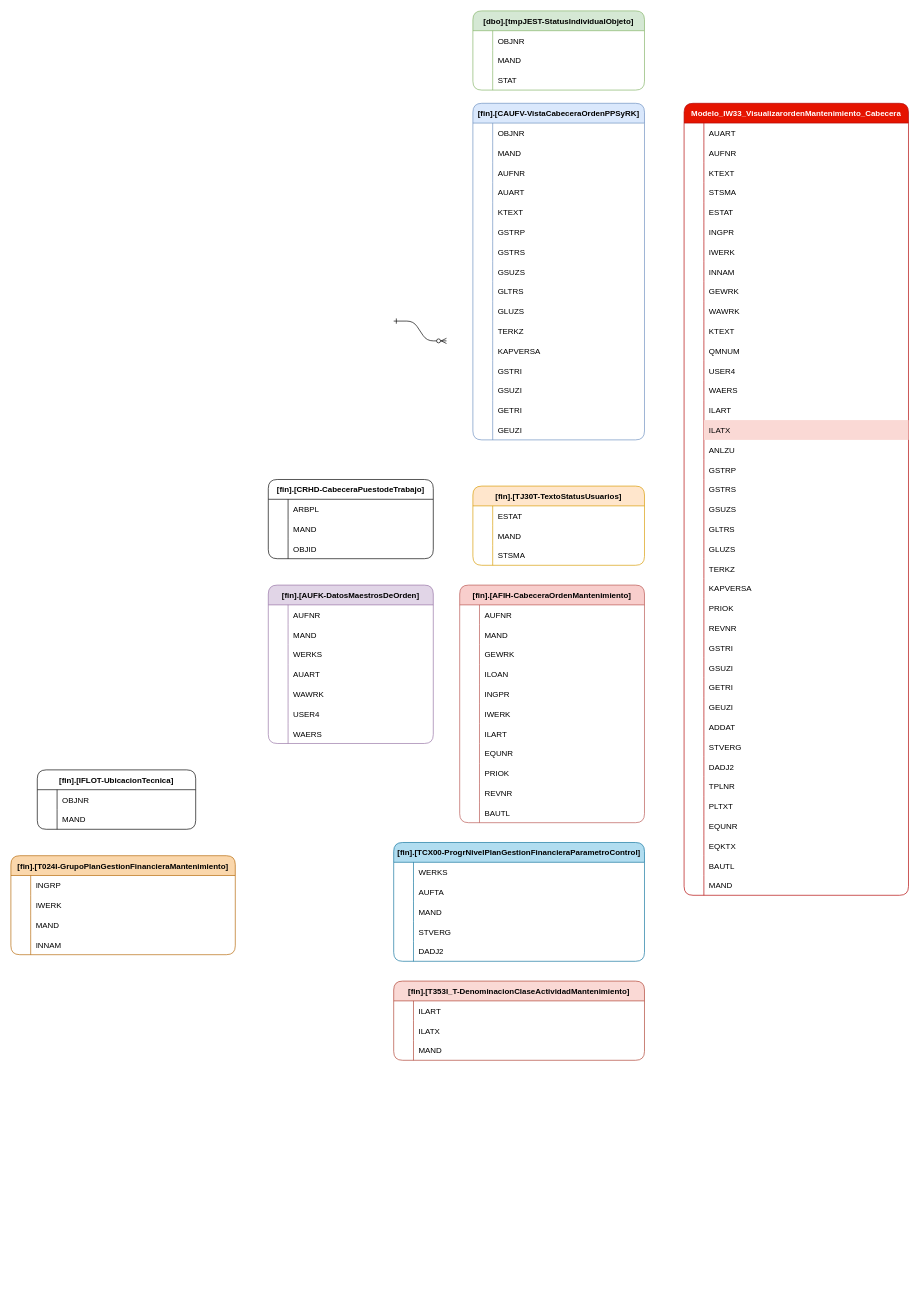
Before: IW33_Cabecera.drawio in ale230131/ale230131, a draw.io diagram. Source tidied: cells renumbered, new cells numbered last; positions are measured from the earlier drawing's top-left corner, leaving out a move shared by most shapes. Both pictures are drawn from the tidied source at 66%, with x=0, y=0 at pixel (11, 11).
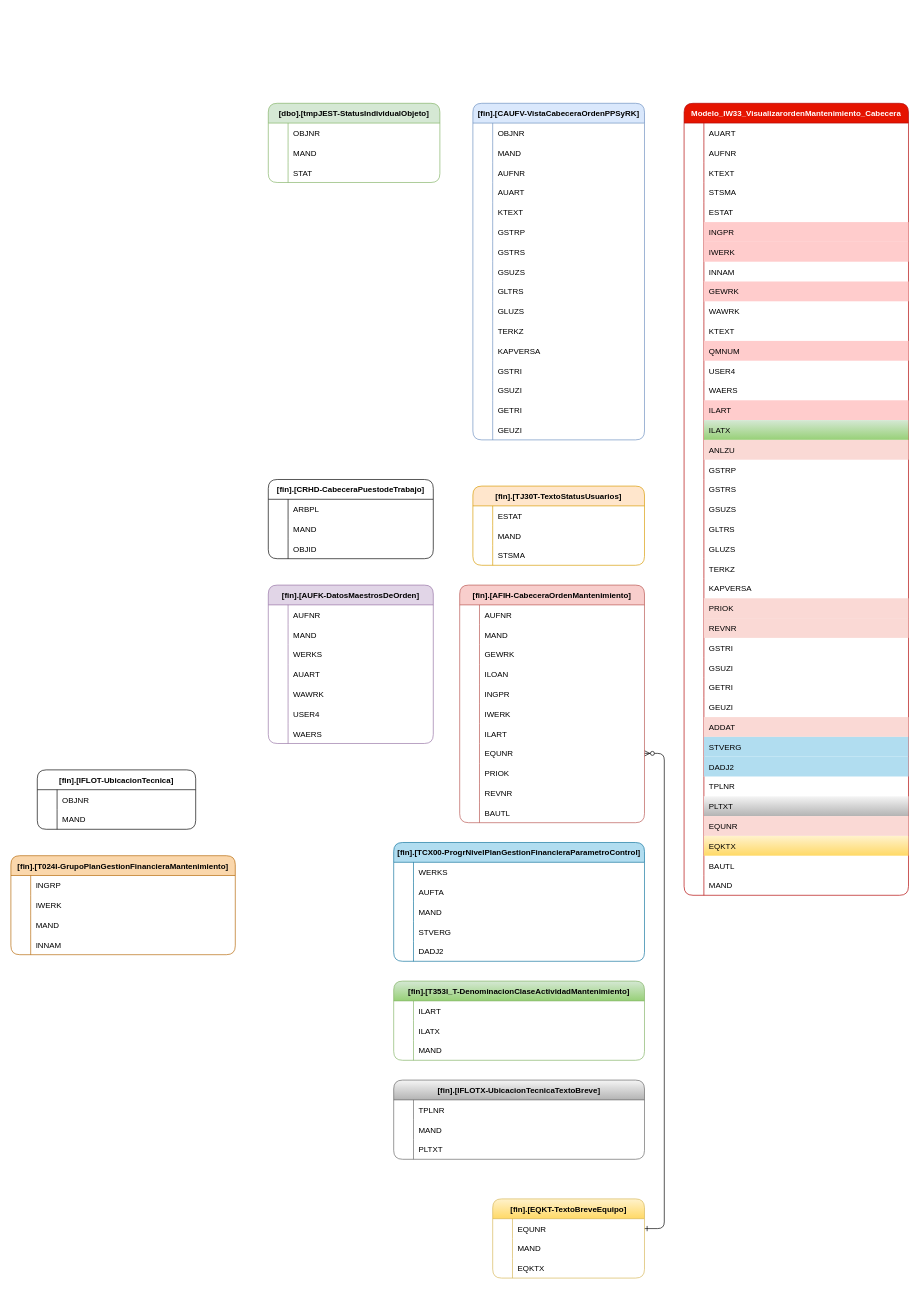
After the change.

Unchanged cells that the change refers to:
```xml
<mxCell id="19" style="shape=tableRow;horizontal=0;startSize=0;swimlaneHead=0;swimlaneBody=0;fillColor=none;strokeColor=inherit;top=0;left=0;right=0;bottom=0;" parent="3" vertex="1">
  <mxGeometry y="180" width="340" height="30" as="geometry" />
</mxCell>
<mxCell id="22" style="shape=tableRow;horizontal=0;startSize=0;swimlaneHead=0;swimlaneBody=0;fillColor=none;strokeColor=inherit;top=0;left=0;right=0;bottom=0;" parent="3" vertex="1">
  <mxGeometry y="210" width="340" height="30" as="geometry" />
</mxCell>
<mxCell id="28" style="shape=tableRow;horizontal=0;startSize=0;swimlaneHead=0;swimlaneBody=0;fillColor=none;strokeColor=inherit;top=0;left=0;right=0;bottom=0;" parent="3" vertex="1">
  <mxGeometry y="270" width="340" height="30" as="geometry" />
</mxCell>
<mxCell id="37" style="shape=tableRow;horizontal=0;startSize=0;swimlaneHead=0;swimlaneBody=0;fillColor=none;strokeColor=inherit;top=0;left=0;right=0;bottom=0;" parent="3" vertex="1">
  <mxGeometry y="360" width="340" height="30" as="geometry" />
</mxCell>
<mxCell id="46" style="shape=tableRow;horizontal=0;startSize=0;swimlaneHead=0;swimlaneBody=0;fillColor=none;strokeColor=inherit;top=0;left=0;right=0;bottom=0;" parent="3" vertex="1">
  <mxGeometry y="450" width="340" height="30" as="geometry" />
</mxCell>
<mxCell id="49" style="shape=tableRow;horizontal=0;startSize=0;swimlaneHead=0;swimlaneBody=0;fillColor=none;strokeColor=inherit;top=0;left=0;right=0;bottom=0;" parent="3" vertex="1">
  <mxGeometry y="480" width="340" height="30" as="geometry" />
</mxCell>
<mxCell id="52" style="shape=tableRow;horizontal=0;startSize=0;swimlaneHead=0;swimlaneBody=0;fillColor=none;strokeColor=inherit;top=0;left=0;right=0;bottom=0;" parent="3" vertex="1">
  <mxGeometry y="510" width="340" height="30" as="geometry" />
</mxCell>
<mxCell id="76" style="shape=tableRow;horizontal=0;startSize=0;swimlaneHead=0;swimlaneBody=0;fillColor=none;strokeColor=inherit;top=0;left=0;right=0;bottom=0;" parent="3" vertex="1">
  <mxGeometry y="750" width="340" height="30" as="geometry" />
</mxCell>
<mxCell id="79" style="shape=tableRow;horizontal=0;startSize=0;swimlaneHead=0;swimlaneBody=0;fillColor=none;strokeColor=inherit;top=0;left=0;right=0;bottom=0;" parent="3" vertex="1">
  <mxGeometry y="780" width="340" height="30" as="geometry" />
</mxCell>
<mxCell id="94" style="shape=tableRow;horizontal=0;startSize=0;swimlaneHead=0;swimlaneBody=0;fillColor=none;strokeColor=inherit;top=0;left=0;right=0;bottom=0;" parent="3" vertex="1">
  <mxGeometry y="930" width="340" height="30" as="geometry" />
</mxCell>
<mxCell id="97" style="shape=tableRow;horizontal=0;startSize=0;swimlaneHead=0;swimlaneBody=0;fillColor=none;strokeColor=inherit;top=0;left=0;right=0;bottom=0;" parent="3" vertex="1">
  <mxGeometry y="960" width="340" height="30" as="geometry" />
</mxCell>
<mxCell id="100" style="shape=tableRow;horizontal=0;startSize=0;swimlaneHead=0;swimlaneBody=0;fillColor=none;strokeColor=inherit;top=0;left=0;right=0;bottom=0;" parent="3" vertex="1">
  <mxGeometry y="990" width="340" height="30" as="geometry" />
</mxCell>
<mxCell id="106" style="shape=tableRow;horizontal=0;startSize=0;swimlaneHead=0;swimlaneBody=0;fillColor=none;strokeColor=inherit;top=0;left=0;right=0;bottom=0;" parent="3" vertex="1">
  <mxGeometry y="1050" width="340" height="30" as="geometry" />
</mxCell>
<mxCell id="109" style="shape=tableRow;horizontal=0;startSize=0;swimlaneHead=0;swimlaneBody=0;fillColor=none;strokeColor=inherit;top=0;left=0;right=0;bottom=0;" parent="3" vertex="1">
  <mxGeometry y="1080" width="340" height="30" as="geometry" />
</mxCell>
<mxCell id="112" style="shape=tableRow;horizontal=0;startSize=0;swimlaneHead=0;swimlaneBody=0;fillColor=none;strokeColor=inherit;top=0;left=0;right=0;bottom=0;" parent="3" vertex="1">
  <mxGeometry y="1110" width="340" height="30" as="geometry" />
</mxCell>
<mxCell id="212" style="shape=tableRow;horizontal=0;startSize=0;swimlaneHead=0;swimlaneBody=0;fillColor=none;points=[[0,0.5],[1,0.5]];portConstraint=eastwest;strokeColor=inherit;top=0;left=0;right=0;bottom=0;" parent="190" vertex="1">
  <mxGeometry y="240" width="280" height="30" as="geometry" />
</mxCell>
```

What changed in the source:
```diff
@@
-    <mxCell id="2" style="edgeStyle=entityRelationEdgeStyle;endArrow=ERzeroToMany;startArrow=ERone;endFill=1;startFill=0;" parent="1" edge="1">
-      <mxGeometry relative="1" as="geometry">
-        <mxPoint x="580" y="470" as="sourcePoint" />
-        <mxPoint x="660" y="500" as="targetPoint" />
-      </mxGeometry>
+    <mxCell id="2" style="edgeStyle=entityRelationEdgeStyle;endArrow=ERzeroToMany;startArrow=ERone;endFill=1;startFill=0;exitX=1;exitY=0.5;exitDx=0;exitDy=0;" parent="1" edge="1" source="313" target="212">
+      <mxGeometry relative="1" as="geometry" />
     </mxCell>
@@
-    <mxCell id="21" value="INGPR" style="shape=partialRectangle;overflow=hidden;fillColor=none;align=left;strokeColor=inherit;top=0;left=0;bottom=0;right=0;spacingLeft=6;" parent="19" vertex="1">
+    <mxCell id="21" value="INGPR" style="shape=partialRectangle;overflow=hidden;fillColor=#ffcccc;align=left;strokeColor=#36393d;top=0;left=0;bottom=0;right=0;spacingLeft=6;" parent="19" vertex="1">
       <mxGeometry x="30" width="310" height="30" as="geometry" />
     </mxCell>
@@
-    <mxCell id="24" value="IWERK" style="shape=partialRectangle;overflow=hidden;fillColor=none;align=left;strokeColor=inherit;top=0;left=0;bottom=0;right=0;spacingLeft=6;" parent="22" vertex="1">
+    <mxCell id="24" value="IWERK" style="shape=partialRectangle;overflow=hidden;fillColor=#ffcccc;align=left;strokeColor=#36393d;top=0;left=0;bottom=0;right=0;spacingLeft=6;" parent="22" vertex="1">
       <mxGeometry x="30" width="310" height="30" as="geometry" />
     </mxCell>
@@
-    <mxCell id="30" value="GEWRK" style="shape=partialRectangle;overflow=hidden;fillColor=none;align=left;strokeColor=inherit;top=0;left=0;bottom=0;right=0;spacingLeft=6;" parent="28" vertex="1">
+    <mxCell id="30" value="GEWRK" style="shape=partialRectangle;overflow=hidden;fillColor=#ffcccc;align=left;strokeColor=#36393d;top=0;left=0;bottom=0;right=0;spacingLeft=6;" parent="28" vertex="1">
       <mxGeometry x="30" width="310" height="30" as="geometry" />
     </mxCell>
@@
-    <mxCell id="39" value="QMNUM" style="shape=partialRectangle;overflow=hidden;fillColor=none;align=left;strokeColor=inherit;top=0;left=0;bottom=0;right=0;spacingLeft=6;" parent="37" vertex="1">
+    <mxCell id="39" value="QMNUM" style="shape=partialRectangle;overflow=hidden;fillColor=#ffcccc;align=left;strokeColor=#36393d;top=0;left=0;bottom=0;right=0;spacingLeft=6;" parent="37" vertex="1">
       <mxGeometry x="30" width="310" height="30" as="geometry" />
     </mxCell>
@@
-    <mxCell id="48" value="ILART" style="shape=partialRectangle;overflow=hidden;fillColor=none;align=left;strokeColor=inherit;top=0;left=0;bottom=0;right=0;spacingLeft=6;" parent="46" vertex="1">
+    <mxCell id="48" value="ILART" style="shape=partialRectangle;overflow=hidden;fillColor=#ffcccc;align=left;strokeColor=#36393d;top=0;left=0;bottom=0;right=0;spacingLeft=6;" parent="46" vertex="1">
       <mxGeometry x="30" width="310" height="30" as="geometry" />
     </mxCell>
@@
-    <mxCell id="51" value="ILATX" style="shape=partialRectangle;overflow=hidden;fillColor=#fad9d5;align=left;strokeColor=#ae4132;top=0;left=0;bottom=0;right=0;spacingLeft=6;" parent="49" vertex="1">
+    <mxCell id="51" value="ILATX" style="shape=partialRectangle;overflow=hidden;fillColor=#d5e8d4;align=left;strokeColor=#82b366;top=0;left=0;bottom=0;right=0;spacingLeft=6;gradientColor=#97d077;" parent="49" vertex="1">
       <mxGeometry x="30" width="310" height="30" as="geometry" />
     </mxCell>
@@
-    <mxCell id="54" value="ANLZU" style="shape=partialRectangle;overflow=hidden;fillColor=none;align=left;strokeColor=inherit;top=0;left=0;bottom=0;right=0;spacingLeft=6;" parent="52" vertex="1">
+    <mxCell id="54" value="ANLZU" style="shape=partialRectangle;overflow=hidden;fillColor=#fad9d5;align=left;strokeColor=#ae4132;top=0;left=0;bottom=0;right=0;spacingLeft=6;" parent="52" vertex="1">
       <mxGeometry x="30" width="310" height="30" as="geometry" />
     </mxCell>
@@
-    <mxCell id="78" value="PRIOK" style="shape=partialRectangle;overflow=hidden;fillColor=none;align=left;strokeColor=inherit;top=0;left=0;bottom=0;right=0;spacingLeft=6;" parent="76" vertex="1">
+    <mxCell id="78" value="PRIOK" style="shape=partialRectangle;overflow=hidden;fillColor=#fad9d5;align=left;strokeColor=#ae4132;top=0;left=0;bottom=0;right=0;spacingLeft=6;" parent="76" vertex="1">
       <mxGeometry x="30" width="310" height="30" as="geometry" />
     </mxCell>
@@
-    <mxCell id="81" value="REVNR" style="shape=partialRectangle;overflow=hidden;fillColor=none;align=left;strokeColor=inherit;top=0;left=0;bottom=0;right=0;spacingLeft=6;" parent="79" vertex="1">
+    <mxCell id="81" value="REVNR" style="shape=partialRectangle;overflow=hidden;fillColor=#fad9d5;align=left;strokeColor=#ae4132;top=0;left=0;bottom=0;right=0;spacingLeft=6;" parent="79" vertex="1">
       <mxGeometry x="30" width="310" height="30" as="geometry" />
     </mxCell>
@@
-    <mxCell id="96" value="ADDAT" style="shape=partialRectangle;overflow=hidden;fillColor=none;align=left;strokeColor=inherit;top=0;left=0;bottom=0;right=0;spacingLeft=6;" parent="94" vertex="1">
+    <mxCell id="96" value="ADDAT" style="shape=partialRectangle;overflow=hidden;fillColor=#fad9d5;align=left;strokeColor=#ae4132;top=0;left=0;bottom=0;right=0;spacingLeft=6;" parent="94" vertex="1">
       <mxGeometry x="30" width="310" height="30" as="geometry" />
     </mxCell>
@@
-    <mxCell id="99" value="STVERG" style="shape=partialRectangle;overflow=hidden;fillColor=none;align=left;strokeColor=inherit;top=0;left=0;bottom=0;right=0;spacingLeft=6;" parent="97" vertex="1">
+    <mxCell id="99" value="STVERG" style="shape=partialRectangle;overflow=hidden;fillColor=#b1ddf0;align=left;strokeColor=#10739e;top=0;left=0;bottom=0;right=0;spacingLeft=6;" parent="97" vertex="1">
       <mxGeometry x="30" width="310" height="30" as="geometry" />
     </mxCell>
@@
-    <mxCell id="102" value="DADJ2" style="shape=partialRectangle;overflow=hidden;fillColor=none;align=left;strokeColor=inherit;top=0;left=0;bottom=0;right=0;spacingLeft=6;" parent="100" vertex="1">
+    <mxCell id="102" value="DADJ2" style="shape=partialRectangle;overflow=hidden;fillColor=#b1ddf0;align=left;strokeColor=#10739e;top=0;left=0;bottom=0;right=0;spacingLeft=6;" parent="100" vertex="1">
       <mxGeometry x="30" width="310" height="30" as="geometry" />
     </mxCell>
@@
-    <mxCell id="108" value="PLTXT" style="shape=partialRectangle;overflow=hidden;fillColor=none;align=left;strokeColor=inherit;top=0;left=0;bottom=0;right=0;spacingLeft=6;" parent="106" vertex="1">
+    <mxCell id="108" value="PLTXT" style="shape=partialRectangle;overflow=hidden;fillColor=#f5f5f5;align=left;strokeColor=#666666;top=0;left=0;bottom=0;right=0;spacingLeft=6;gradientColor=#b3b3b3;" parent="106" vertex="1">
       <mxGeometry x="30" width="310" height="30" as="geometry" />
     </mxCell>
@@
-    <mxCell id="111" value="EQUNR" style="shape=partialRectangle;overflow=hidden;fillColor=none;align=left;strokeColor=inherit;top=0;left=0;bottom=0;right=0;spacingLeft=6;" parent="109" vertex="1">
+    <mxCell id="111" value="EQUNR" style="shape=partialRectangle;overflow=hidden;fillColor=#fad9d5;align=left;strokeColor=#ae4132;top=0;left=0;bottom=0;right=0;spacingLeft=6;" parent="109" vertex="1">
       <mxGeometry x="30" width="310" height="30" as="geometry" />
     </mxCell>
@@
-    <mxCell id="114" value="EQKTX" style="shape=partialRectangle;overflow=hidden;fillColor=none;align=left;strokeColor=inherit;top=0;left=0;bottom=0;right=0;spacingLeft=6;" parent="112" vertex="1">
+    <mxCell id="114" value="EQKTX" style="shape=partialRectangle;overflow=hidden;fillColor=#fff2cc;align=left;strokeColor=#d6b656;top=0;left=0;bottom=0;right=0;spacingLeft=6;gradientColor=#ffd966;" parent="112" vertex="1">
       <mxGeometry x="30" width="310" height="30" as="geometry" />
     </mxCell>
@@
     <mxCell id="170" value="[dbo].[tmpJEST-StatusIndividualObjeto]" style="shape=table;startSize=30;childLayout=tableLayout;rowLines=0;fontStyle=1;align=center;fillColor=#d5e8d4;strokeColor=#82b366;rounded=1;" parent="1" vertex="1">
-      <mxGeometry x="700" width="260" height="120" as="geometry" />
+      <mxGeometry x="390" y="140" width="260" height="120" as="geometry" />
     </mxCell>
@@
-    <mxCell id="292" value="[fin].[T353I_T-DenominacionClaseActividadMantenimiento]" style="shape=table;startSize=30;childLayout=tableLayout;rowLines=0;fontStyle=1;align=center;rounded=1;fillColor=#fad9d5;strokeColor=#ae4132;" parent="1" vertex="1">
+    <mxCell id="292" value="[fin].[T353I_T-DenominacionClaseActividadMantenimiento]" style="shape=table;startSize=30;childLayout=tableLayout;rowLines=0;fontStyle=1;align=center;rounded=1;fillColor=#d5e8d4;strokeColor=#82b366;gradientColor=#97d077;" parent="1" vertex="1">
       <mxGeometry x="580" y="1470" width="380" height="120" as="geometry" />
     </mxCell>
@@
+    <mxCell id="302" value="[fin].[IFLOTX-UbicacionTecnicaTextoBreve]" style="shape=table;startSize=30;childLayout=tableLayout;rowLines=0;fontStyle=1;align=center;rounded=1;fillColor=#f5f5f5;gradientColor=#b3b3b3;strokeColor=#666666;" parent="1" vertex="1">
+      <mxGeometry x="580" y="1620" width="380" height="120" as="geometry" />
+    </mxCell>
+    <mxCell id="303" style="shape=tableRow;horizontal=0;startSize=0;swimlaneHead=0;swimlaneBody=0;fillColor=none;strokeColor=inherit;top=0;left=0;right=0;bottom=0;" parent="302" vertex="1">
+      <mxGeometry y="30" width="380" height="30" as="geometry" />
+    </mxCell>
+    <mxCell id="304" style="shape=partialRectangle;overflow=hidden;fillColor=none;strokeColor=inherit;top=0;left=0;bottom=0;right=0;" parent="303" vertex="1">
+      <mxGeometry width="30" height="30" as="geometry" />
+    </mxCell>
+    <mxCell id="305" value="TPLNR" style="shape=partialRectangle;overflow=hidden;fillColor=none;align=left;strokeColor=inherit;top=0;left=0;bottom=0;right=0;spacingLeft=6;" parent="303" vertex="1">
+      <mxGeometry x="30" width="350" height="30" as="geometry" />
+    </mxCell>
+    <mxCell id="306" style="shape=tableRow;horizontal=0;startSize=0;swimlaneHead=0;swimlaneBody=0;fillColor=none;strokeColor=inherit;top=0;left=0;right=0;bottom=0;" parent="302" vertex="1">
+      <mxGeometry y="60" width="380" height="30" as="geometry" />
+    </mxCell>
+    <mxCell id="307" style="shape=partialRectangle;overflow=hidden;fillColor=none;strokeColor=inherit;top=0;left=0;bottom=0;right=0;" parent="306" vertex="1">
+      <mxGeometry width="30" height="30" as="geometry" />
+    </mxCell>
+    <mxCell id="308" value="MAND" style="shape=partialRectangle;overflow=hidden;fillColor=none;align=left;strokeColor=inherit;top=0;left=0;bottom=0;right=0;spacingLeft=6;" parent="306" vertex="1">
+      <mxGeometry x="30" width="350" height="30" as="geometry" />
+    </mxCell>
+    <mxCell id="309" style="shape=tableRow;horizontal=0;startSize=0;swimlaneHead=0;swimlaneBody=0;fillColor=none;strokeColor=inherit;top=0;left=0;right=0;bottom=0;" parent="302" vertex="1">
+      <mxGeometry y="90" width="380" height="30" as="geometry" />
+    </mxCell>
+    <mxCell id="310" style="shape=partialRectangle;overflow=hidden;fillColor=none;strokeColor=inherit;top=0;left=0;bottom=0;right=0;" parent="309" vertex="1">
+      <mxGeometry width="30" height="30" as="geometry" />
+    </mxCell>
+    <mxCell id="311" value="PLTXT" style="shape=partialRectangle;overflow=hidden;fillColor=none;align=left;strokeColor=inherit;top=0;left=0;bottom=0;right=0;spacingLeft=6;" parent="309" vertex="1">
+      <mxGeometry x="30" width="350" height="30" as="geometry" />
+    </mxCell>
+    <mxCell id="312" value="[fin].[EQKT-TextoBreveEquipo]" style="shape=table;startSize=30;childLayout=tableLayout;rowLines=0;fontStyle=1;align=center;rounded=1;fillColor=#fff2cc;gradientColor=#ffd966;strokeColor=#d6b656;" parent="1" vertex="1">
+      <mxGeometry x="730" y="1800" width="230" height="120" as="geometry" />
+    </mxCell>
+    <mxCell id="313" style="shape=tableRow;horizontal=0;startSize=0;swimlaneHead=0;swimlaneBody=0;fillColor=none;points=[[0,0.5],[1,0.5]];portConstraint=eastwest;strokeColor=inherit;top=0;left=0;right=0;bottom=0;" parent="312" vertex="1">
+      <mxGeometry y="30" width="230" height="30" as="geometry" />
+    </mxCell>
+    <mxCell id="314" style="shape=partialRectangle;overflow=hidden;fillColor=none;strokeColor=inherit;top=0;left=0;bottom=0;right=0;" parent="313" vertex="1">
+      <mxGeometry width="30" height="30" as="geometry" />
+    </mxCell>
+    <mxCell id="315" value="EQUNR" style="shape=partialRectangle;overflow=hidden;fillColor=none;align=left;strokeColor=inherit;top=0;left=0;bottom=0;right=0;spacingLeft=6;" parent="313" vertex="1">
+      <mxGeometry x="30" width="200" height="30" as="geometry" />
+    </mxCell>
+    <mxCell id="316" style="shape=tableRow;horizontal=0;startSize=0;swimlaneHead=0;swimlaneBody=0;fillColor=none;strokeColor=inherit;top=0;left=0;right=0;bottom=0;" parent="312" vertex="1">
+      <mxGeometry y="60" width="230" height="30" as="geometry" />
+    </mxCell>
+    <mxCell id="317" style="shape=partialRectangle;overflow=hidden;fillColor=none;strokeColor=inherit;top=0;left=0;bottom=0;right=0;" parent="316" vertex="1">
+      <mxGeometry width="30" height="30" as="geometry" />
+    </mxCell>
+    <mxCell id="318" value="MAND" style="shape=partialRectangle;overflow=hidden;fillColor=none;align=left;strokeColor=inherit;top=0;left=0;bottom=0;right=0;spacingLeft=6;" parent="316" vertex="1">
+      <mxGeometry x="30" width="200" height="30" as="geometry" />
+    </mxCell>
+    <mxCell id="319" style="shape=tableRow;horizontal=0;startSize=0;swimlaneHead=0;swimlaneBody=0;fillColor=none;strokeColor=inherit;top=0;left=0;right=0;bottom=0;" parent="312" vertex="1">
+      <mxGeometry y="90" width="230" height="30" as="geometry" />
+    </mxCell>
+    <mxCell id="320" style="shape=partialRectangle;overflow=hidden;fillColor=none;strokeColor=inherit;top=0;left=0;bottom=0;right=0;" parent="319" vertex="1">
+      <mxGeometry width="30" height="30" as="geometry" />
+    </mxCell>
+    <mxCell id="321" value="EQKTX" style="shape=partialRectangle;overflow=hidden;fillColor=none;align=left;strokeColor=inherit;top=0;left=0;bottom=0;right=0;spacingLeft=6;" parent="319" vertex="1">
+      <mxGeometry x="30" width="200" height="30" as="geometry" />
+    </mxCell>
```
